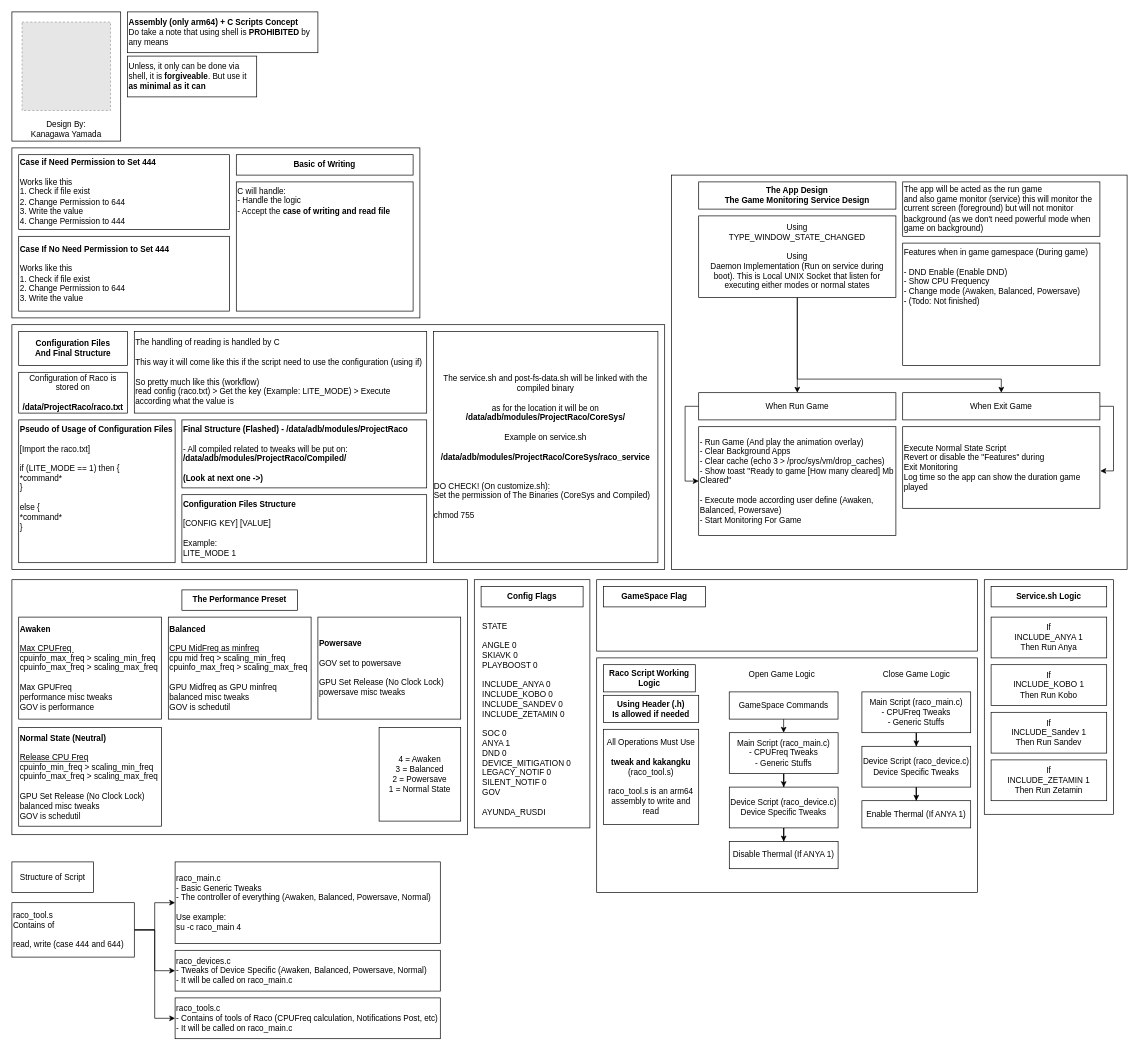
The draw.io diagram Designs/Structure of Project Raco.drawio in LoggingNewMemory/Project-Raco, before the edit. Source tidied: cells renumbered, new cells numbered last; positions are measured from the earlier drawing's top-left corner, leaving out a move shared by most shapes. Both pictures are drawn from the tidied source at 68%, with x=0, y=0 at pixel (12, 12). Pictures stored in the file or linked from it are replaced by grey dashed boxes.
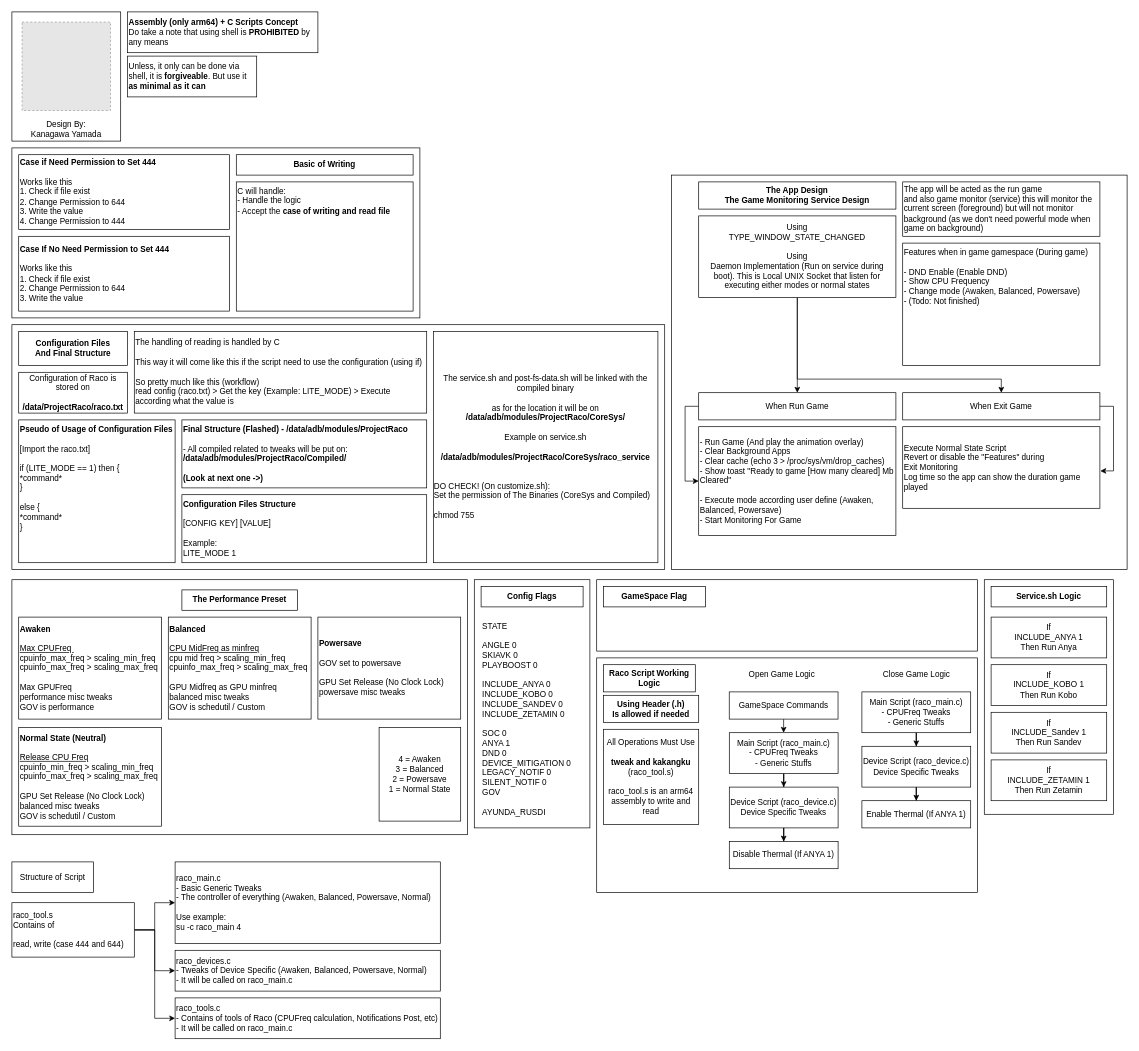
Above is the later version.

Commit message (it also covers changes not shown here):
Raco main script telah selesai, Syukur kepada Tuhan

The edit, as a diff of the source:
```diff
@@
-    <mxCell id="24" value="&lt;b&gt;Balanced&lt;/b&gt;&lt;div&gt;&lt;b&gt;&lt;br&gt;&lt;/b&gt;&lt;/div&gt;&lt;div&gt;&lt;u&gt;CPU MidFreq as minfreq&lt;/u&gt;&lt;/div&gt;&lt;div&gt;cpu mid freq &amp;gt;&amp;nbsp;scaling_min_freq&lt;/div&gt;&lt;div&gt;&lt;div&gt;cpuinfo_max_freq &amp;gt;&amp;nbsp;scaling_max_freq&lt;/div&gt;&lt;div&gt;&lt;br&gt;&lt;/div&gt;&lt;/div&gt;&lt;div&gt;GPU Midfreq as GPU minfreq&lt;/div&gt;&lt;div&gt;balanced misc tweaks&lt;/div&gt;&lt;div&gt;GOV is schedutil&lt;/div&gt;" style="rounded=0;whiteSpace=wrap;html=1;align=left;" parent="1" vertex="1">
+    <mxCell id="24" value="&lt;b&gt;Balanced&lt;/b&gt;&lt;div&gt;&lt;b&gt;&lt;br&gt;&lt;/b&gt;&lt;/div&gt;&lt;div&gt;&lt;u&gt;CPU MidFreq as minfreq&lt;/u&gt;&lt;/div&gt;&lt;div&gt;cpu mid freq &amp;gt;&amp;nbsp;scaling_min_freq&lt;/div&gt;&lt;div&gt;&lt;div&gt;cpuinfo_max_freq &amp;gt;&amp;nbsp;scaling_max_freq&lt;/div&gt;&lt;div&gt;&lt;br&gt;&lt;/div&gt;&lt;/div&gt;&lt;div&gt;GPU Midfreq as GPU minfreq&lt;/div&gt;&lt;div&gt;balanced misc tweaks&lt;/div&gt;&lt;div&gt;GOV is schedutil / Custom&lt;/div&gt;" style="rounded=0;whiteSpace=wrap;html=1;align=left;" parent="1" vertex="1">
       <mxGeometry x="230" y="890" width="210" height="150" as="geometry" />
     </mxCell>
@@
-    <mxCell id="26" value="&lt;div&gt;&lt;b&gt;Normal State (Neutral)&lt;/b&gt;&lt;/div&gt;&lt;div&gt;&lt;br&gt;&lt;/div&gt;&lt;div&gt;&lt;u&gt;Release CPU Freq&lt;/u&gt;&amp;nbsp;&lt;/div&gt;&lt;div&gt;cpuinfo_min_freq &amp;gt;&amp;nbsp;scaling_min_freq&lt;/div&gt;&lt;div&gt;&lt;div&gt;cpuinfo_max_freq &amp;gt;&amp;nbsp;scaling_max_freq&lt;/div&gt;&lt;div&gt;&lt;br&gt;&lt;/div&gt;&lt;/div&gt;&lt;div&gt;GPU Set Release (No Clock Lock)&lt;/div&gt;&lt;div&gt;&lt;span style=&quot;background-color: transparent; color: light-dark(rgb(0, 0, 0), rgb(255, 255, 255));&quot;&gt;balanced misc tweaks&lt;/span&gt;&lt;/div&gt;&lt;div&gt;&lt;span style=&quot;background-color: transparent; color: light-dark(rgb(0, 0, 0), rgb(255, 255, 255));&quot;&gt;GOV is schedutil&lt;/span&gt;&lt;/div&gt;" style="rounded=0;whiteSpace=wrap;html=1;align=left;" parent="1" vertex="1">
+    <mxCell id="26" value="&lt;div&gt;&lt;b&gt;Normal State (Neutral)&lt;/b&gt;&lt;/div&gt;&lt;div&gt;&lt;br&gt;&lt;/div&gt;&lt;div&gt;&lt;u&gt;Release CPU Freq&lt;/u&gt;&amp;nbsp;&lt;/div&gt;&lt;div&gt;cpuinfo_min_freq &amp;gt;&amp;nbsp;scaling_min_freq&lt;/div&gt;&lt;div&gt;&lt;div&gt;cpuinfo_max_freq &amp;gt;&amp;nbsp;scaling_max_freq&lt;/div&gt;&lt;div&gt;&lt;br&gt;&lt;/div&gt;&lt;/div&gt;&lt;div&gt;GPU Set Release (No Clock Lock)&lt;/div&gt;&lt;div&gt;&lt;span style=&quot;background-color: transparent; color: light-dark(rgb(0, 0, 0), rgb(255, 255, 255));&quot;&gt;balanced misc tweaks&lt;/span&gt;&lt;/div&gt;&lt;div&gt;&lt;span style=&quot;background-color: transparent; color: light-dark(rgb(0, 0, 0), rgb(255, 255, 255));&quot;&gt;GOV is schedutil / Custom&lt;/span&gt;&lt;/div&gt;" style="rounded=0;whiteSpace=wrap;html=1;align=left;" parent="1" vertex="1">
       <mxGeometry x="10" y="1052.5" width="210" height="145" as="geometry" />
     </mxCell>
```
